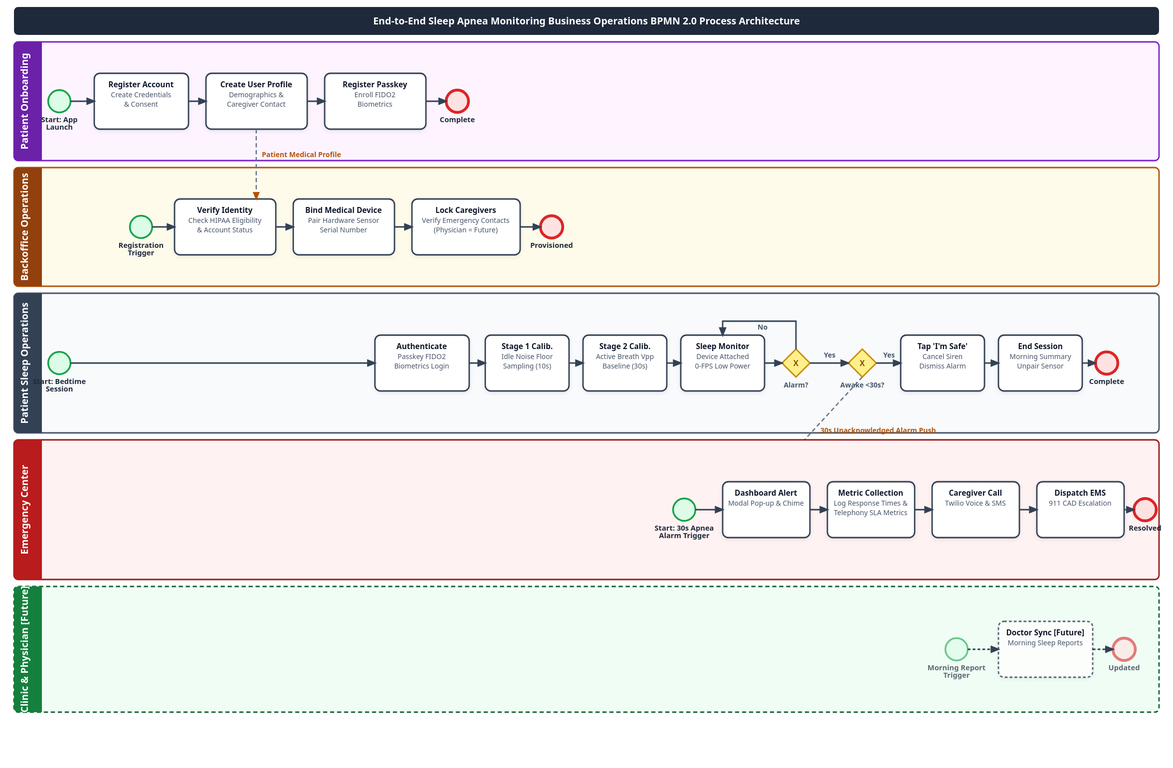
This is _bmad-output/architecture/sleep_apnea_process.svg from reidlai/masker-app, a BPMN export, as it was before one commit. Its source is kept beside it as _bmad-output/architecture/sleep_apnea_process.bpmn. Ids are renumbered.
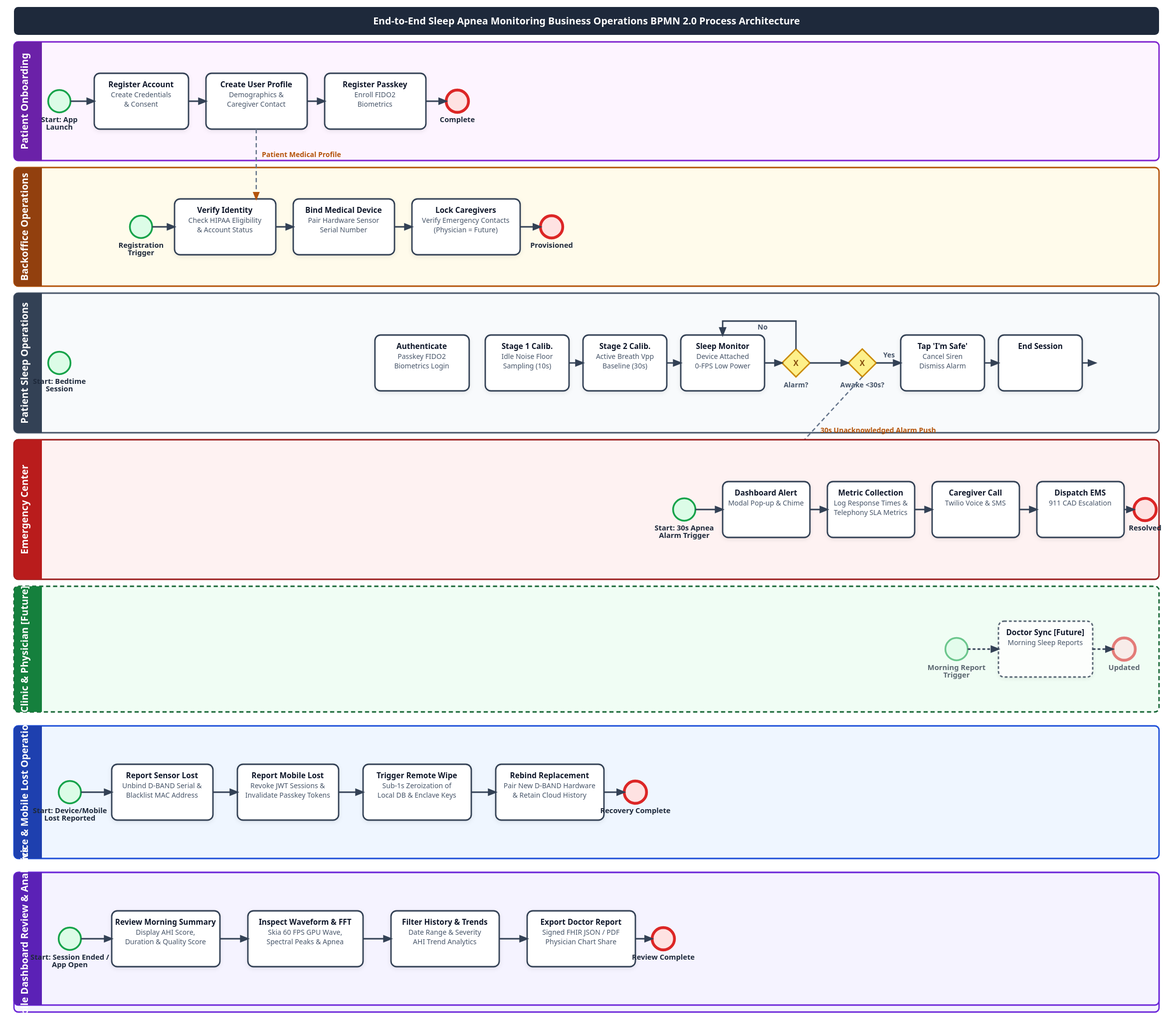
The same diagram one commit later.

Commit message:
feat(arch): update enterprise architecture spine v18.0.0 and prd v2.1.0

Change to the diagram source:
```diff
@@ -5,11 +5,14 @@
     <bpmn:participant id="Participant_Patient" name="Patient Sleep Operations" processRef="Process_Patient" />
     <bpmn:participant id="Participant_EmergencyCenter" name="Emergency Center" processRef="Process_EmergencyCenter" />
     <bpmn:participant id="Participant_Clinic" name="Clinic &#38; Physician [Future]" processRef="Process_Clinic" />
+    <bpmn:participant id="Participant_DeviceLostRecovery" name="Device Loss &#38; Mobile Recovery Operations" processRef="Process_DeviceLostRecovery" />
+    <bpmn:participant id="Participant_MobileDashboardReview" name="Mobile Dashboard Review &#38; Analytics" processRef="Process_MobileDashboardReview" />
 
     <bpmn:messageFlow id="Flow_Registration_Backoffice" name="Patient Profile &#38; Device Serial" sourceRef="Task_CreateUserProfile" targetRef="Task_VerifyPatientIdentity" />
     <bpmn:messageFlow id="Flow_Passkey_Auth" name="Registered Passkey Credential" sourceRef="Task_RegisterPasskey" targetRef="Task_PasskeyAuth" />
     <bpmn:messageFlow id="Flow_Emergency_Dispatch" name="30s Unacknowledged Alarm Push" sourceRef="Task_SleepMonitoring" targetRef="Task_DashboardAlert" />
     <bpmn:messageFlow id="Flow_Morning_Sync" name="Morning Sleep Summary &#38; AHI Score" sourceRef="Task_EndSession" targetRef="Task_DoctorSync" />
+    <bpmn:messageFlow id="Flow_Dashboard_Review" name="Morning Sleep Summary Data Stream" sourceRef="Task_EndSession" targetRef="Task_ReviewMorningSummary" />
   </bpmn:collaboration>
 
   <!-- SWIMLANE 1: PATIENT ONBOARDING -->
@@ -226,6 +229,88 @@
     <bpmn:sequenceFlow id="Flow_C3" sourceRef="Task_PhysicianReview" targetRef="End_ClinicComplete" />
   </bpmn:process>
 
+  <!-- SWIMLANE 6: DEVICE LOSS & MOBILE RECOVERY OPERATIONS -->
+  <bpmn:process id="Process_DeviceLostRecovery" isExecutable="true">
+    <bpmn:laneSet id="LaneSet_DeviceLostRecovery">
+      <bpmn:lane id="Lane_DeviceLostRecovery" name="Device Loss &#38; Mobile Recovery Operations">
+        <bpmn:flowNodeRef>Start_DeviceLostTrigger</bpmn:flowNodeRef>
+        <bpmn:flowNodeRef>Task_ReportDeviceLost</bpmn:flowNodeRef>
+        <bpmn:flowNodeRef>Task_ReportMobileLost</bpmn:flowNodeRef>
+        <bpmn:flowNodeRef>Task_TriggerRemoteWipe</bpmn:flowNodeRef>
+        <bpmn:flowNodeRef>Task_RebindReplacementDevice</bpmn:flowNodeRef>
+        <bpmn:flowNodeRef>End_DeviceRecoveryComplete</bpmn:flowNodeRef>
+      </bpmn:lane>
+    </bpmn:laneSet>
+    <bpmn:startEvent id="Start_DeviceLostTrigger" name="Start: Device / Mobile Lost Reported">
+      <bpmn:outgoing>Flow_L1</bpmn:outgoing>
+    </bpmn:startEvent>
+    <bpmn:userTask id="Task_ReportDeviceLost" name="Report D-BAND Sensor Lost / Stolen">
+      <bpmn:incoming>Flow_L1</bpmn:incoming>
+      <bpmn:outgoing>Flow_L2</bpmn:outgoing>
+    </bpmn:userTask>
+    <bpmn:userTask id="Task_ReportMobileLost" name="Report Mobile Phone Lost / Stolen">
+      <bpmn:incoming>Flow_L2</bpmn:incoming>
+      <bpmn:outgoing>Flow_L3</bpmn:outgoing>
+    </bpmn:userTask>
+    <bpmn:serviceTask id="Task_TriggerRemoteWipe" name="Issue Cryptographic Remote Wipe Signal">
+      <bpmn:incoming>Flow_L3</bpmn:incoming>
+      <bpmn:outgoing>Flow_L4</bpmn:outgoing>
+    </bpmn:serviceTask>
+    <bpmn:userTask id="Task_RebindReplacementDevice" name="Pair &#38; Bind Replacement D-BAND Device">
+      <bpmn:incoming>Flow_L4</bpmn:incoming>
+      <bpmn:outgoing>Flow_L5</bpmn:outgoing>
+    </bpmn:userTask>
+    <bpmn:endEvent id="End_DeviceRecoveryComplete" name="End: Device Recovery Complete">
+      <bpmn:incoming>Flow_L5</bpmn:incoming>
+    </bpmn:endEvent>
+    <bpmn:sequenceFlow id="Flow_L1" sourceRef="Start_DeviceLostTrigger" targetRef="Task_ReportDeviceLost" />
+    <bpmn:sequenceFlow id="Flow_L2" sourceRef="Task_ReportDeviceLost" targetRef="Task_ReportMobileLost" />
+    <bpmn:sequenceFlow id="Flow_L3" sourceRef="Task_ReportMobileLost" targetRef="Task_TriggerRemoteWipe" />
+    <bpmn:sequenceFlow id="Flow_L4" sourceRef="Task_TriggerRemoteWipe" targetRef="Task_RebindReplacementDevice" />
+    <bpmn:sequenceFlow id="Flow_L5" sourceRef="Task_RebindReplacementDevice" targetRef="End_DeviceRecoveryComplete" />
+  </bpmn:process>
+
+  <!-- SWIMLANE 7: MOBILE DASHBOARD REVIEW & ANALYTICS -->
+  <bpmn:process id="Process_MobileDashboardReview" isExecutable="true">
+    <bpmn:laneSet id="LaneSet_MobileDashboardReview">
+      <bpmn:lane id="Lane_MobileDashboardReview" name="Mobile Dashboard Review &#38; Analytics">
+        <bpmn:flowNodeRef>Start_DashboardReviewTrigger</bpmn:flowNodeRef>
+        <bpmn:flowNodeRef>Task_ReviewMorningSummary</bpmn:flowNodeRef>
+        <bpmn:flowNodeRef>Task_InspectRespirationWaveform</bpmn:flowNodeRef>
+        <bpmn:flowNodeRef>Task_FilterHistoricalSessions</bpmn:flowNodeRef>
+        <bpmn:flowNodeRef>Task_ExportDoctorReport</bpmn:flowNodeRef>
+        <bpmn:flowNodeRef>End_DashboardReviewComplete</bpmn:flowNodeRef>
+      </bpmn:lane>
+    </bpmn:laneSet>
+    <bpmn:startEvent id="Start_DashboardReviewTrigger" name="Start: Session Ended / App Open">
+      <bpmn:outgoing>Flow_D1</bpmn:outgoing>
+    </bpmn:startEvent>
+    <bpmn:userTask id="Task_ReviewMorningSummary" name="Review Morning Sleep Summary &#38; AHI Score">
+      <bpmn:incoming>Flow_D1</bpmn:incoming>
+      <bpmn:outgoing>Flow_D2</bpmn:outgoing>
+    </bpmn:userTask>
+    <bpmn:userTask id="Task_InspectRespirationWaveform" name="Inspect Interactive Respiration Waveform &#38; FFT Spectrum">
+      <bpmn:incoming>Flow_D2</bpmn:incoming>
+      <bpmn:outgoing>Flow_D3</bpmn:outgoing>
+    </bpmn:userTask>
+    <bpmn:userTask id="Task_FilterHistoricalSessions" name="Filter Historical Sleep Sessions &#38; Trends">
+      <bpmn:incoming>Flow_D3</bpmn:incoming>
+      <bpmn:outgoing>Flow_D4</bpmn:outgoing>
+    </bpmn:userTask>
+    <bpmn:userTask id="Task_ExportDoctorReport" name="Generate Signed Clinical Report for Physician">
+      <bpmn:incoming>Flow_D4</bpmn:incoming>
+      <bpmn:outgoing>Flow_D5</bpmn:outgoing>
+    </bpmn:userTask>
+    <bpmn:endEvent id="End_DashboardReviewComplete" name="End: Dashboard Review Complete">
+      <bpmn:incoming>Flow_D5</bpmn:incoming>
+    </bpmn:endEvent>
+    <bpmn:sequenceFlow id="Flow_D1" sourceRef="Start_DashboardReviewTrigger" targetRef="Task_ReviewMorningSummary" />
+    <bpmn:sequenceFlow id="Flow_D2" sourceRef="Task_ReviewMorningSummary" targetRef="Task_InspectRespirationWaveform" />
+    <bpmn:sequenceFlow id="Flow_D3" sourceRef="Task_InspectRespirationWaveform" targetRef="Task_FilterHistoricalSessions" />
+    <bpmn:sequenceFlow id="Flow_D4" sourceRef="Task_FilterHistoricalSessions" targetRef="Task_ExportDoctorReport" />
+    <bpmn:sequenceFlow id="Flow_D5" sourceRef="Task_ExportDoctorReport" targetRef="End_DashboardReviewComplete" />
+  </bpmn:process>
+
   <bpmndi:BPMNDiagram id="BPMNDiagram_SleepApnea">
     <bpmndi:BPMNPlane id="BPMNPlane_SleepApnea" bpmnElement="Collaboration_SleepApnea">
       <bpmndi:BPMNShape id="Participant_Onboarding_di" bpmnElement="Participant_Onboarding" isHorizontal="true"><dc:Bounds x="10" y="50" width="1680" height="170" /></bpmndi:BPMNShape>
@@ -233,6 +318,22 @@
       <bpmndi:BPMNShape id="Participant_Patient_di" bpmnElement="Participant_Patient" isHorizontal="true"><dc:Bounds x="10" y="430" width="1680" height="200" /></bpmndi:BPMNShape>
       <bpmndi:BPMNShape id="Participant_EmergencyCenter_di" bpmnElement="Participant_EmergencyCenter" isHorizontal="true"><dc:Bounds x="10" y="650" width="1680" height="200" /></bpmndi:BPMNShape>
       <bpmndi:BPMNShape id="Participant_Clinic_di" bpmnElement="Participant_Clinic" isHorizontal="true"><dc:Bounds x="10" y="870" width="1680" height="180" /></bpmndi:BPMNShape>
+      <bpmndi:BPMNShape id="Participant_DeviceLostRecovery_di" bpmnElement="Participant_DeviceLostRecovery" isHorizontal="true"><dc:Bounds x="10" y="1070" width="1680" height="190" /></bpmndi:BPMNShape>
+      <bpmndi:BPMNShape id="Participant_MobileDashboardReview_di" bpmnElement="Participant_MobileDashboardReview" isHorizontal="true"><dc:Bounds x="10" y="1280" width="1680" height="190" /></bpmndi:BPMNShape>
+
+      <bpmndi:BPMNShape id="Lane_MobileDashboardReview_di" bpmnElement="Lane_MobileDashboardReview" isHorizontal="true"><dc:Bounds x="40" y="1280" width="1650" height="190" /></bpmndi:BPMNShape>
+      <bpmndi:BPMNShape id="Start_DashboardReviewTrigger_di" bpmnElement="Start_DashboardReviewTrigger"><dc:Bounds x="100" y="1345" width="36" height="36" /></bpmndi:BPMNShape>
+      <bpmndi:BPMNShape id="Task_ReviewMorningSummary_di" bpmnElement="Task_ReviewMorningSummary"><dc:Bounds x="160" y="1305" width="155" height="80" /></bpmndi:BPMNShape>
+      <bpmndi:BPMNShape id="Task_InspectRespirationWaveform_di" bpmnElement="Task_InspectRespirationWaveform"><dc:Bounds x="355" y="1305" width="165" height="80" /></bpmndi:BPMNShape>
+      <bpmndi:BPMNShape id="Task_FilterHistoricalSessions_di" bpmnElement="Task_FilterHistoricalSessions"><dc:Bounds x="560" y="1305" width="155" height="80" /></bpmndi:BPMNShape>
+      <bpmndi:BPMNShape id="Task_ExportDoctorReport_di" bpmnElement="Task_ExportDoctorReport"><dc:Bounds x="755" y="1305" width="155" height="80" /></bpmndi:BPMNShape>
+      <bpmndi:BPMNShape id="End_DashboardReviewComplete_di" bpmnElement="End_DashboardReviewComplete"><dc:Bounds x="950" y="1345" width="36" height="36" /></bpmndi:BPMNShape>
+
+      <bpmndi:BPMNEdge id="Flow_D1_di" bpmnElement="Flow_D1"><di:waypoint x="136" y="1363" /><di:waypoint x="160" y="1363" /></bpmndi:BPMNEdge>
+      <bpmndi:BPMNEdge id="Flow_D2_di" bpmnElement="Flow_D2"><di:waypoint x="315" y="1363" /><di:waypoint x="355" y="1363" /></bpmndi:BPMNEdge>
+      <bpmndi:BPMNEdge id="Flow_D3_di" bpmnElement="Flow_D3"><di:waypoint x="520" y="1363" /><di:waypoint x="560" y="1363" /></bpmndi:BPMNEdge>
+      <bpmndi:BPMNEdge id="Flow_D4_di" bpmnElement="Flow_D4"><di:waypoint x="715" y="1363" /><di:waypoint x="755" y="1363" /></bpmndi:BPMNEdge>
+      <bpmndi:BPMNEdge id="Flow_D5_di" bpmnElement="Flow_D5"><di:waypoint x="910" y="1363" /><di:waypoint x="950" y="1363" /></bpmndi:BPMNEdge>
     </bpmndi:BPMNPlane>
   </bpmndi:BPMNDiagram>
 </bpmn:definitions>
```
